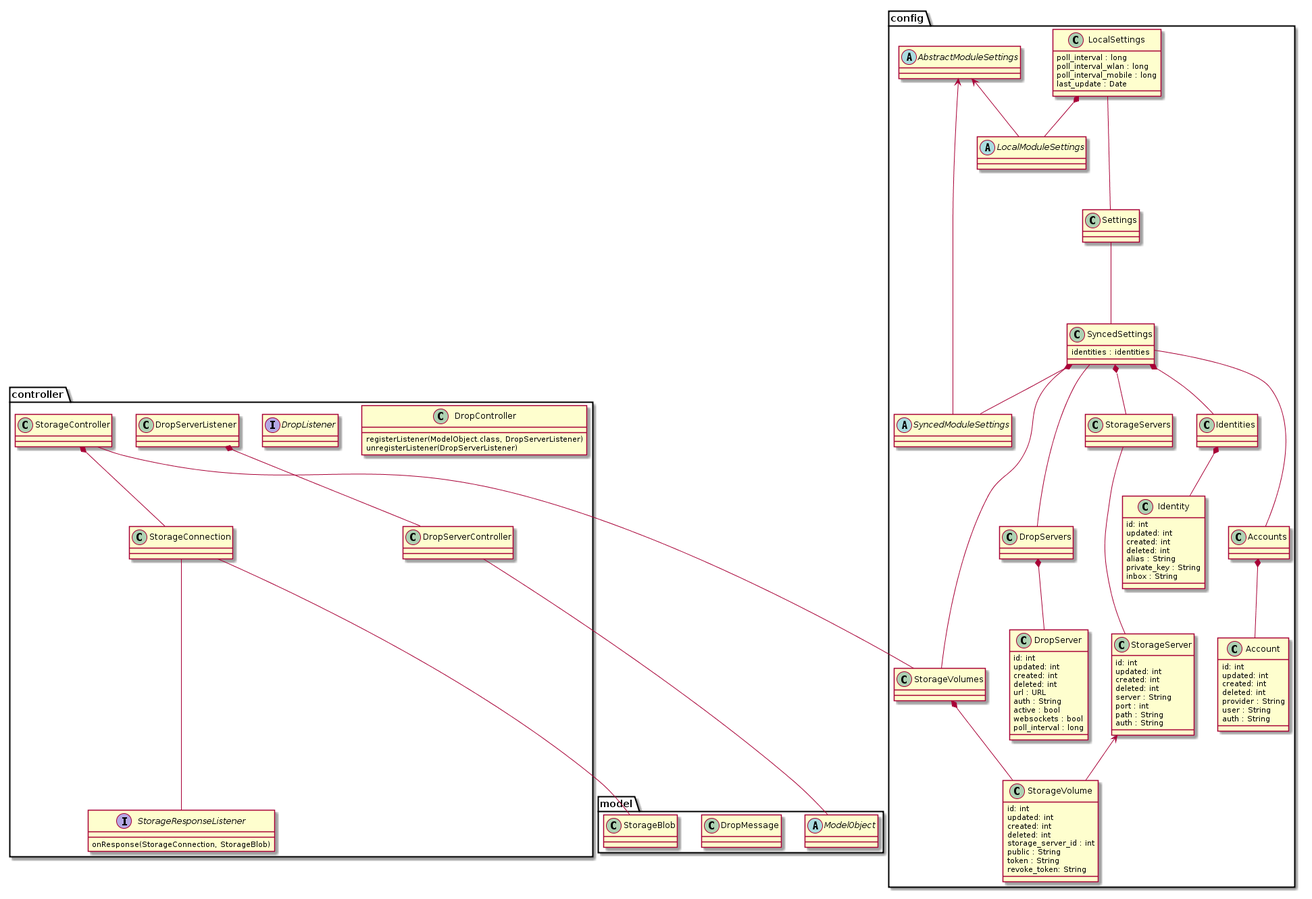
Before: images/classdiagram_overview.png, a diagram exported from PlantUML (Qabel/qabel.github.io).
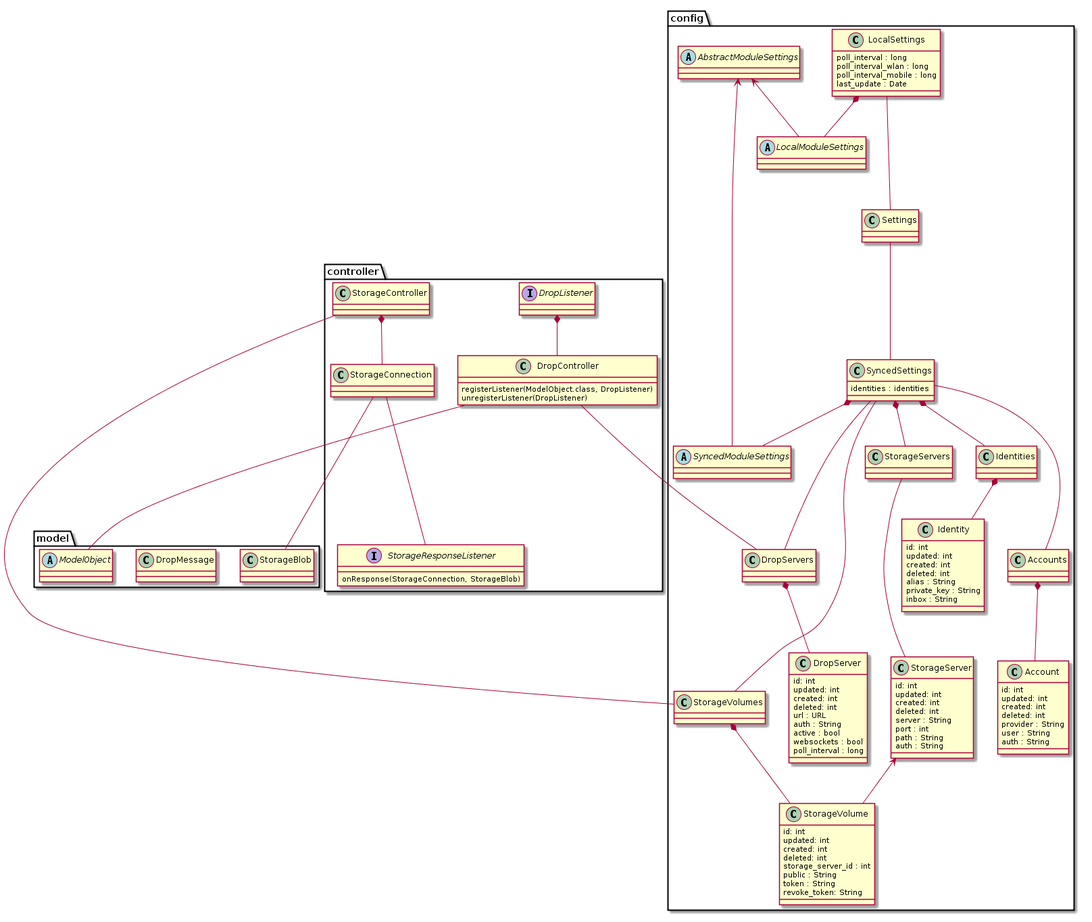
Above is the later version.

Commit message:
working on classdiagram

Change to the diagram source:
```diff
@@ -122,14 +122,15 @@
 }
 package controller {
 	class DropController {
-		registerListener(ModelObject.class, DropServerListener)
-		unregisterListener(DropServerListener)
+		registerListener(ModelObject.class, DropListener)
+		unregisterListener(DropListener)
 	}
-	DropServerController --- ModelObject
+	DropController --- DropServers
+	DropController --- ModelObject
 	interface DropListener {
 
 	}
-	DropServerListener *-- DropServerController
+	DropListener *-- DropController
 	StorageController --- StorageVolumes
 	class StorageController {
 
```
